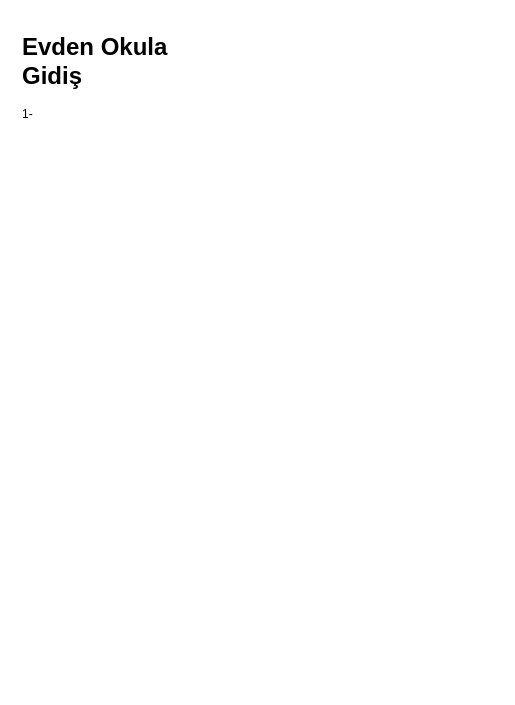
flowerfatih/IUCYBER-Python-ile-Temel-Programlama keeps this draw.io diagram as Ders 1/algo_örneği_1.drawio. Above is the earlier version. Source tidied: cells renumbered, new cells numbered last; positions are measured from the earlier drawing's top-left corner, leaving out a move shared by most shapes. Both pictures are drawn from the tidied source at 100%, with x=0, y=0 at pixel (17, 27).
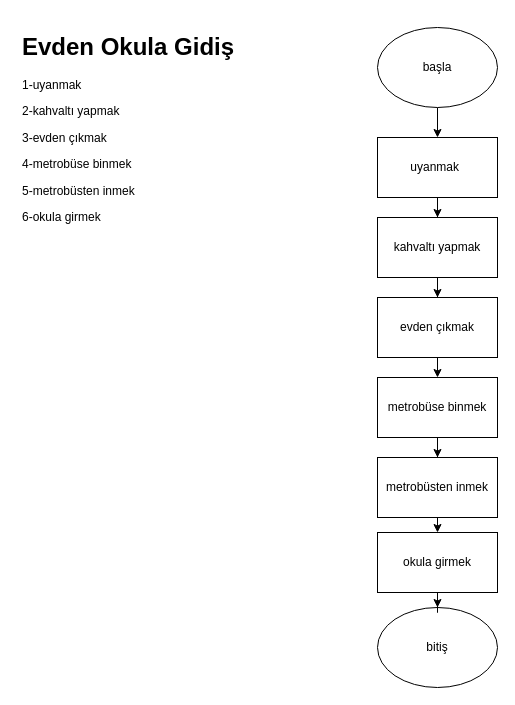
Above is the later version.

Change to the diagram source:
```diff
@@
 <mxGraphModel>
   <root>
     <mxCell id="0" />
     <mxCell id="1" parent="0" />
-    <mxCell id="2" value="&lt;h1&gt;Evden Okula Gidiş&lt;/h1&gt;&lt;p&gt;1-&lt;/p&gt;" style="text;html=1;strokeColor=none;fillColor=none;spacing=5;spacingTop=-20;whiteSpace=wrap;overflow=hidden;rounded=0;" parent="1" vertex="1">
-      <mxGeometry width="190" height="220" as="geometry" />
+    <mxCell id="2" value="&lt;h1&gt;Evden Okula Gidiş&lt;/h1&gt;&lt;p&gt;1-uyanmak&lt;/p&gt;&lt;p&gt;2-kahvaltı yapmak&lt;/p&gt;&lt;p&gt;3-evden çıkmak&lt;/p&gt;&lt;p&gt;4-metrobüse binmek&lt;/p&gt;&lt;p&gt;5-metrobüsten inmek&lt;/p&gt;&lt;p&gt;6-okula girmek&lt;/p&gt;" style="text;html=1;strokeColor=none;fillColor=none;spacing=5;spacingTop=-20;whiteSpace=wrap;overflow=hidden;rounded=0;" parent="1" vertex="1">
+      <mxGeometry width="240" height="320" as="geometry" />
     </mxCell>
+    <mxCell id="3" style="edgeStyle=orthogonalEdgeStyle;rounded=0;jettySize=auto;html=1;entryX=0.5;entryY=0;entryDx=0;entryDy=0;" parent="1" edge="1" source="4" target="7">
+      <mxGeometry relative="1" as="geometry" />
+    </mxCell>
+    <mxCell id="4" value="başla" style="ellipse;whiteSpace=wrap;html=1;" parent="1" vertex="1">
+      <mxGeometry x="360" width="120" height="80" as="geometry" />
+    </mxCell>
+    <mxCell id="5" value="bitiş" style="ellipse;whiteSpace=wrap;html=1;" parent="1" vertex="1">
+      <mxGeometry x="360" y="580" width="120" height="80" as="geometry" />
+    </mxCell>
+    <mxCell id="6" style="edgeStyle=orthogonalEdgeStyle;rounded=0;jettySize=auto;html=1;entryX=0.5;entryY=0;entryDx=0;entryDy=0;" parent="1" edge="1" source="7" target="9">
+      <mxGeometry relative="1" as="geometry" />
+    </mxCell>
+    <mxCell id="7" value="uyanmak&lt;span style=&quot;white-space: pre;&quot;&gt;&#9;&lt;/span&gt;" style="rounded=0;whiteSpace=wrap;html=1;" parent="1" vertex="1">
+      <mxGeometry x="360" y="110" width="120" height="60" as="geometry" />
+    </mxCell>
+    <mxCell id="8" style="edgeStyle=orthogonalEdgeStyle;rounded=0;jettySize=auto;html=1;" parent="1" edge="1" source="9" target="11">
+      <mxGeometry relative="1" as="geometry" />
+    </mxCell>
+    <mxCell id="9" value="kahvaltı yapmak" style="rounded=0;whiteSpace=wrap;html=1;" parent="1" vertex="1">
+      <mxGeometry x="360" y="190" width="120" height="60" as="geometry" />
+    </mxCell>
+    <mxCell id="10" style="edgeStyle=orthogonalEdgeStyle;rounded=0;jettySize=auto;html=1;exitX=0.5;exitY=1;exitDx=0;exitDy=0;entryX=0.5;entryY=0;entryDx=0;entryDy=0;" parent="1" edge="1" source="11" target="13">
+      <mxGeometry relative="1" as="geometry" />
+    </mxCell>
+    <mxCell id="11" value="evden çıkmak" style="rounded=0;whiteSpace=wrap;html=1;" parent="1" vertex="1">
+      <mxGeometry x="360" y="270" width="120" height="60" as="geometry" />
+    </mxCell>
+    <mxCell id="12" style="edgeStyle=orthogonalEdgeStyle;rounded=0;jettySize=auto;html=1;" parent="1" edge="1" source="13" target="15">
+      <mxGeometry relative="1" as="geometry" />
+    </mxCell>
+    <mxCell id="13" value="metrobüse binmek" style="rounded=0;whiteSpace=wrap;html=1;" parent="1" vertex="1">
+      <mxGeometry x="360" y="350" width="120" height="60" as="geometry" />
+    </mxCell>
+    <mxCell id="14" style="edgeStyle=orthogonalEdgeStyle;rounded=0;jettySize=auto;html=1;exitX=0.5;exitY=1;exitDx=0;exitDy=0;entryX=0.5;entryY=0;entryDx=0;entryDy=0;" parent="1" edge="1" source="15" target="17">
+      <mxGeometry relative="1" as="geometry" />
+    </mxCell>
+    <mxCell id="15" value="metrobüsten inmek" style="rounded=0;whiteSpace=wrap;html=1;" parent="1" vertex="1">
+      <mxGeometry x="360" y="430" width="120" height="60" as="geometry" />
+    </mxCell>
+    <mxCell id="16" style="edgeStyle=orthogonalEdgeStyle;rounded=0;jettySize=auto;html=1;exitX=0.5;exitY=1;exitDx=0;exitDy=0;" parent="1" edge="1" source="17" target="5">
+      <mxGeometry relative="1" as="geometry" />
+    </mxCell>
+    <mxCell id="17" value="okula girmek" style="rounded=0;whiteSpace=wrap;html=1;" parent="1" vertex="1">
+      <mxGeometry x="360" y="505" width="120" height="60" as="geometry" />
+    </mxCell>
   </root>
 </mxGraphModel>
```
